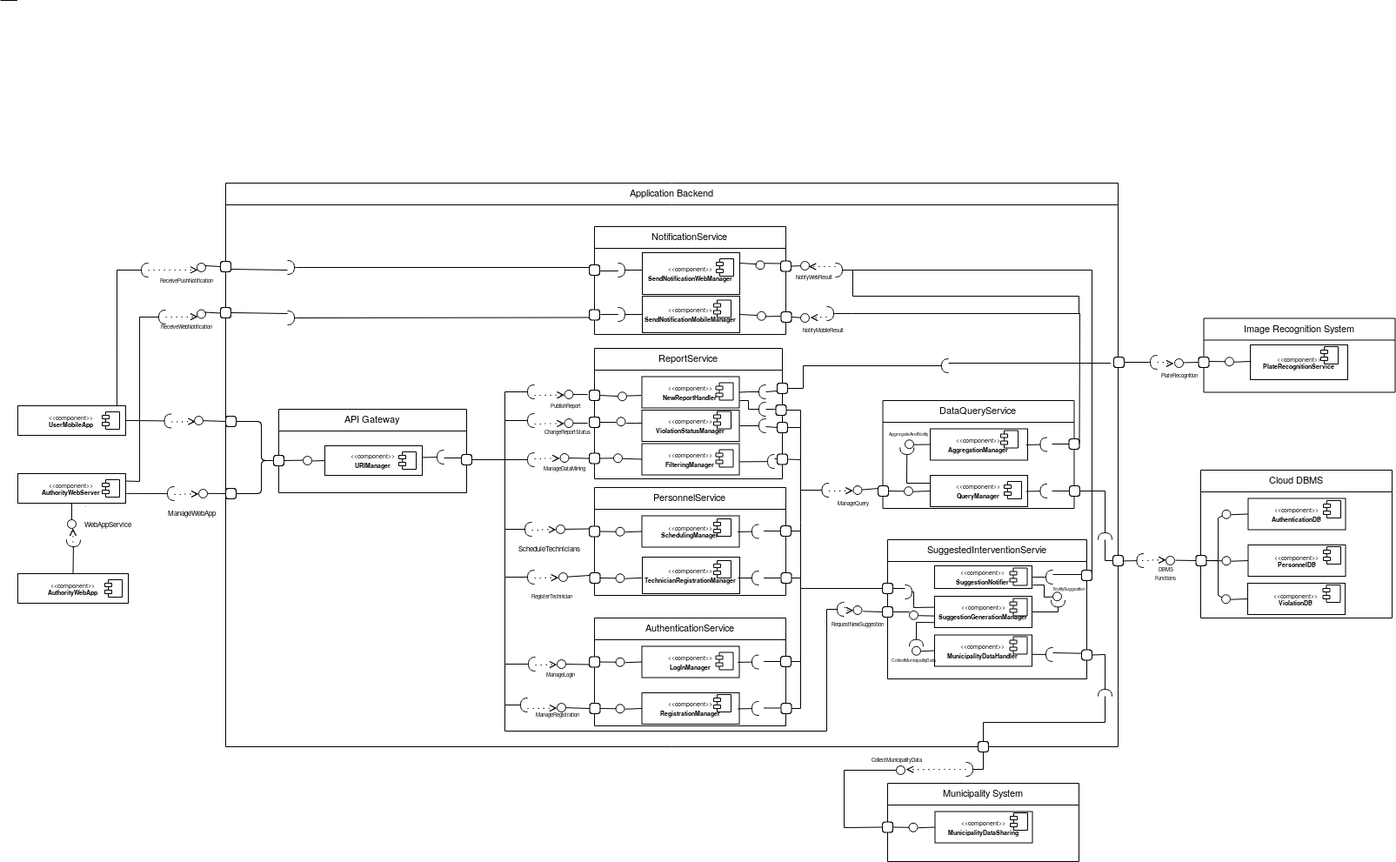
LukeKan/SW2_Project keeps this draw.io diagram as DD/Images/UML_diagrams/component_uml_safestreets.png. Above is the earlier version. Source tidied: cells renumbered, new cells last; positions are measured from the earlier drawing's top-left corner, leaving out a move shared by most shapes.
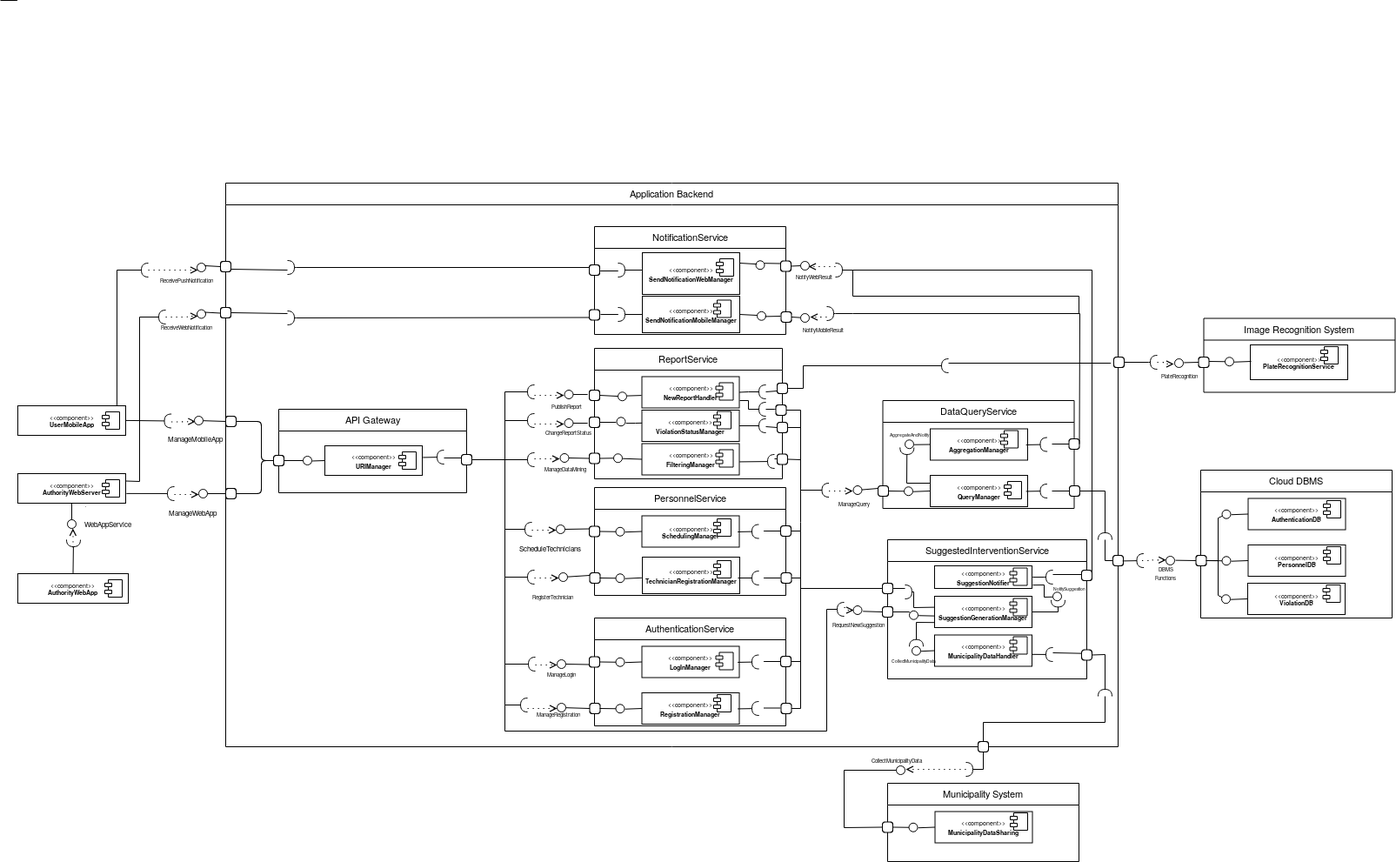
Above is the later version.

What changed in the source:
```diff
@@ -671,7 +671,7 @@
     <mxCell id="152" value="&lt;font style=&quot;font-size: 6px&quot;&gt;RequestNewSuggestion&lt;/font&gt;" style="html=1;whiteSpace=wrap;fontSize=8;fontColor=#000000;spacing=5;strokeOpacity=0;fillOpacity=0;rounded=1;absoluteArcSize=1;arcSize=6;fillColor=#ffffff;strokeWidth=1.2;" parent="4" vertex="1">
       <mxGeometry x="700" y="500" width="53" height="13" as="geometry" />
     </mxCell>
-    <mxCell id="153" value="SuggestedInterventionServie" style="shape=swimlane;startSize=25;fontSize=11;fontColor=#000000;" parent="4" vertex="1">
+    <mxCell id="153" value="SuggestedInterventionService" style="shape=swimlane;startSize=25;fontSize=11;fontColor=#000000;" parent="4" vertex="1">
       <mxGeometry x="761" y="410" width="229" height="160" as="geometry" />
     </mxCell>
     <mxCell id="154" value="&lt;div style=&quot;font-size: 7px&quot;&gt;&amp;lt;&amp;lt;component&amp;gt;&amp;gt;&lt;/div&gt;&lt;div style=&quot;font-size: 7px&quot;&gt;&lt;font size=&quot;1&quot;&gt;&lt;b&gt;&lt;span&gt;&lt;span style=&quot;font-size: 7px ; color: rgb(0 , 0 , 0)&quot;&gt;MunicipalityDataHandler&lt;/span&gt;&lt;/span&gt;&lt;/b&gt;&lt;/font&gt;&lt;/div&gt;" style="html=1;fontSize=7;" parent="153" vertex="1">
@@ -1441,5 +1441,8 @@
         <mxPoint x="880" y="470" as="targetPoint" />
       </mxGeometry>
     </mxCell>
+    <mxCell id="314" value="ManageMobileApp" style="html=1;whiteSpace=wrap;fontSize=8;fontColor=#000000;spacing=5;strokeOpacity=0;fillOpacity=0;rounded=1;absoluteArcSize=1;arcSize=6;fillColor=#ffffff;strokeWidth=1.2;" parent="1" vertex="1">
+      <mxGeometry x="187" y="485.5" width="72" height="36" as="geometry" />
+    </mxCell>
   </root>
 </mxGraphModel>
```
